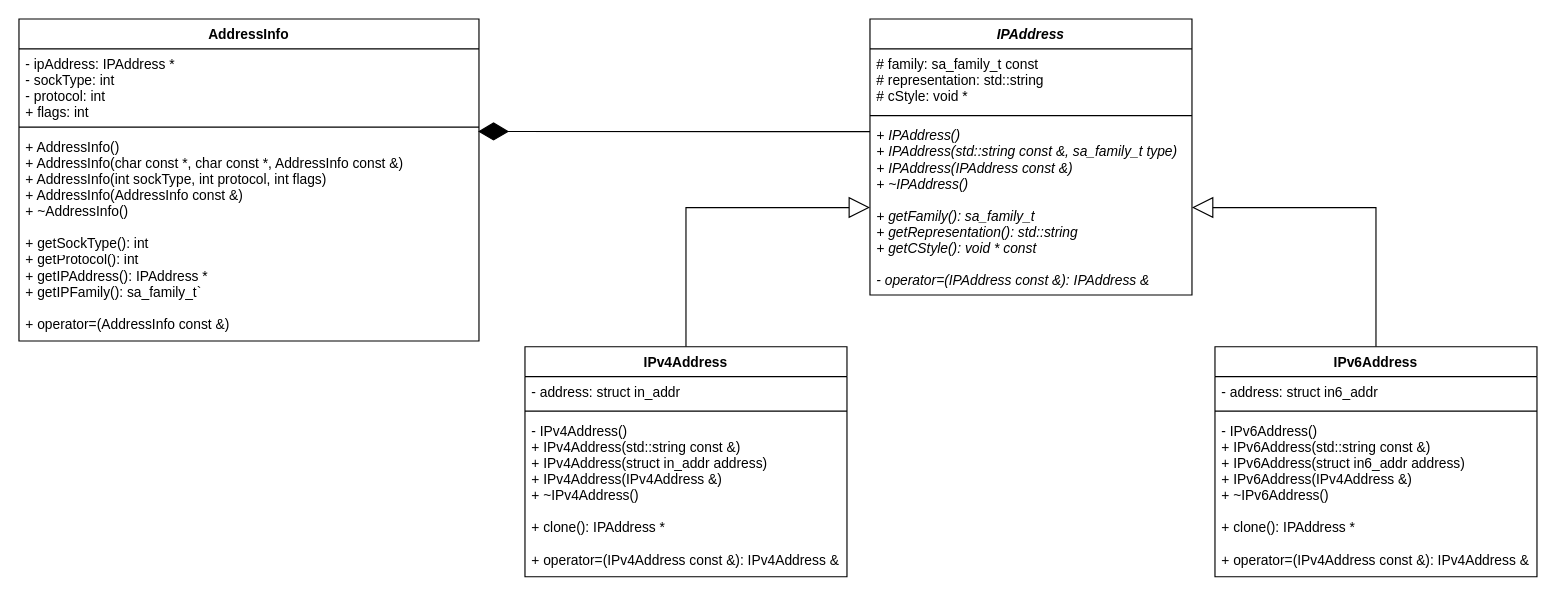
The draw.io diagram docs/DiagramUML.drawio in tbellavia/ft_irc, before the edit. Source tidied: cells renumbered, new cells numbered last; positions are measured from the earlier drawing's top-left corner, leaving out a move shared by most shapes. Both pictures are drawn from the tidied source at 115%, with x=0, y=0 at pixel (18, 18).
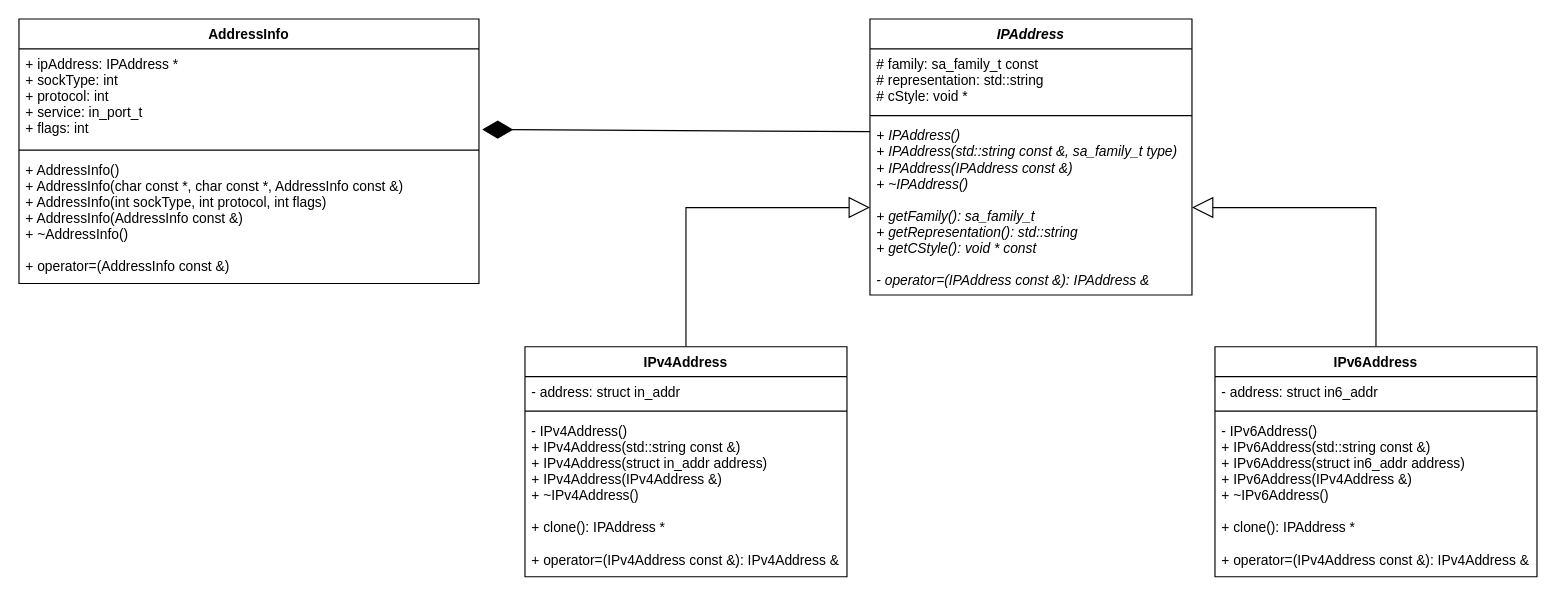
After the change.

Commit message:
Update uml address info to made a open structure

What changed in the source:
```diff
@@
     <mxCell id="8" value="AddressInfo" style="swimlane;fontStyle=1;align=center;verticalAlign=top;horizontal=1;startSize=26;" parent="1" vertex="1">
-      <mxGeometry width="400" height="280" as="geometry" />
+      <mxGeometry width="400" height="230" as="geometry" />
     </mxCell>
-    <mxCell id="9" value="- ipAddress: IPAddress *&#10;- sockType: int&#10;- protocol: int&#10;+ flags: int" style="text;strokeColor=none;fillColor=none;align=left;verticalAlign=top;spacingLeft=4;spacingRight=4;overflow=hidden;points=[[0,0.5],[1,0.5]];portConstraint=eastwest;direction=south;" parent="8" vertex="1">
-      <mxGeometry y="26" width="400" height="64" as="geometry" />
+    <mxCell id="9" value="+ ipAddress: IPAddress *&#10;+ sockType: int&#10;+ protocol: int&#10;+ service: in_port_t&#10;+ flags: int" style="text;strokeColor=none;fillColor=none;align=left;verticalAlign=top;spacingLeft=4;spacingRight=4;overflow=hidden;points=[[0,0.5],[1,0.5]];portConstraint=eastwest;direction=south;" parent="8" vertex="1">
+      <mxGeometry y="26" width="400" height="84" as="geometry" />
     </mxCell>
     <mxCell id="10" style="line;strokeWidth=1;fillColor=none;align=left;verticalAlign=middle;spacingTop=-1;spacingLeft=3;spacingRight=3;labelPosition=right;" parent="8" vertex="1">
-      <mxGeometry y="90" width="400" height="8" as="geometry" />
+      <mxGeometry y="110" width="400" height="8" as="geometry" />
     </mxCell>
-    <mxCell id="11" value="+ AddressInfo()&#10;+ AddressInfo(char const *, char const *, AddressInfo const &amp;)&#10;+ AddressInfo(int sockType, int protocol, int flags)&#10;+ AddressInfo(AddressInfo const &amp;)&#10;+ ~AddressInfo()&#10;&#10;+ getSockType(): int&#10;+ getProtocol(): int&#10;+ getIPAddress(): IPAddress *&#10;+ getIPFamily(): sa_family_t`&#10;&#10;+ operator=(AddressInfo const &amp;)" style="text;strokeColor=none;fillColor=none;align=left;verticalAlign=top;spacingLeft=4;spacingRight=4;overflow=hidden;points=[[0,0.5],[1,0.5]];portConstraint=eastwest;fontStyle=0;" parent="8" vertex="1">
-      <mxGeometry y="98" width="400" height="182" as="geometry" />
+    <mxCell id="11" value="+ AddressInfo()&#10;+ AddressInfo(char const *, char const *, AddressInfo const &amp;)&#10;+ AddressInfo(int sockType, int protocol, int flags)&#10;+ AddressInfo(AddressInfo const &amp;)&#10;+ ~AddressInfo()&#10;&#10;+ operator=(AddressInfo const &amp;)" style="text;strokeColor=none;fillColor=none;align=left;verticalAlign=top;spacingLeft=4;spacingRight=4;overflow=hidden;points=[[0,0.5],[1,0.5]];portConstraint=eastwest;fontStyle=0;" parent="8" vertex="1">
+      <mxGeometry y="118" width="400" height="112" as="geometry" />
     </mxCell>
-    <mxCell id="12" style="endArrow=diamondThin;endFill=1;endSize=24;html=1;rounded=0;entryX=0.998;entryY=-0.001;entryDx=0;entryDy=0;entryPerimeter=0;" parent="1" edge="1" target="11">
+    <mxCell id="12" style="endArrow=diamondThin;endFill=1;endSize=24;html=1;rounded=0;entryX=0.835;entryY=-0.007;entryDx=0;entryDy=0;entryPerimeter=0;" parent="1" edge="1" target="9">
       <mxGeometry relative="1" as="geometry">
         <mxPoint x="740" y="98" as="sourcePoint" />
       </mxGeometry>
     </mxCell>
```
